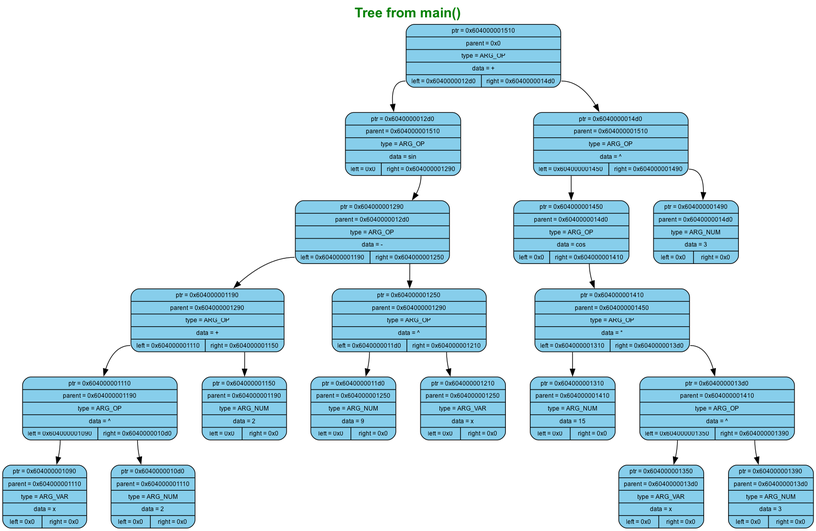
This is reports/trees/tree0/tree.dot.png from murugov/WolframSigma, a Graphviz export, as it was before one commit. Its source is kept beside it as reports/trees/tree0/tree.dot.
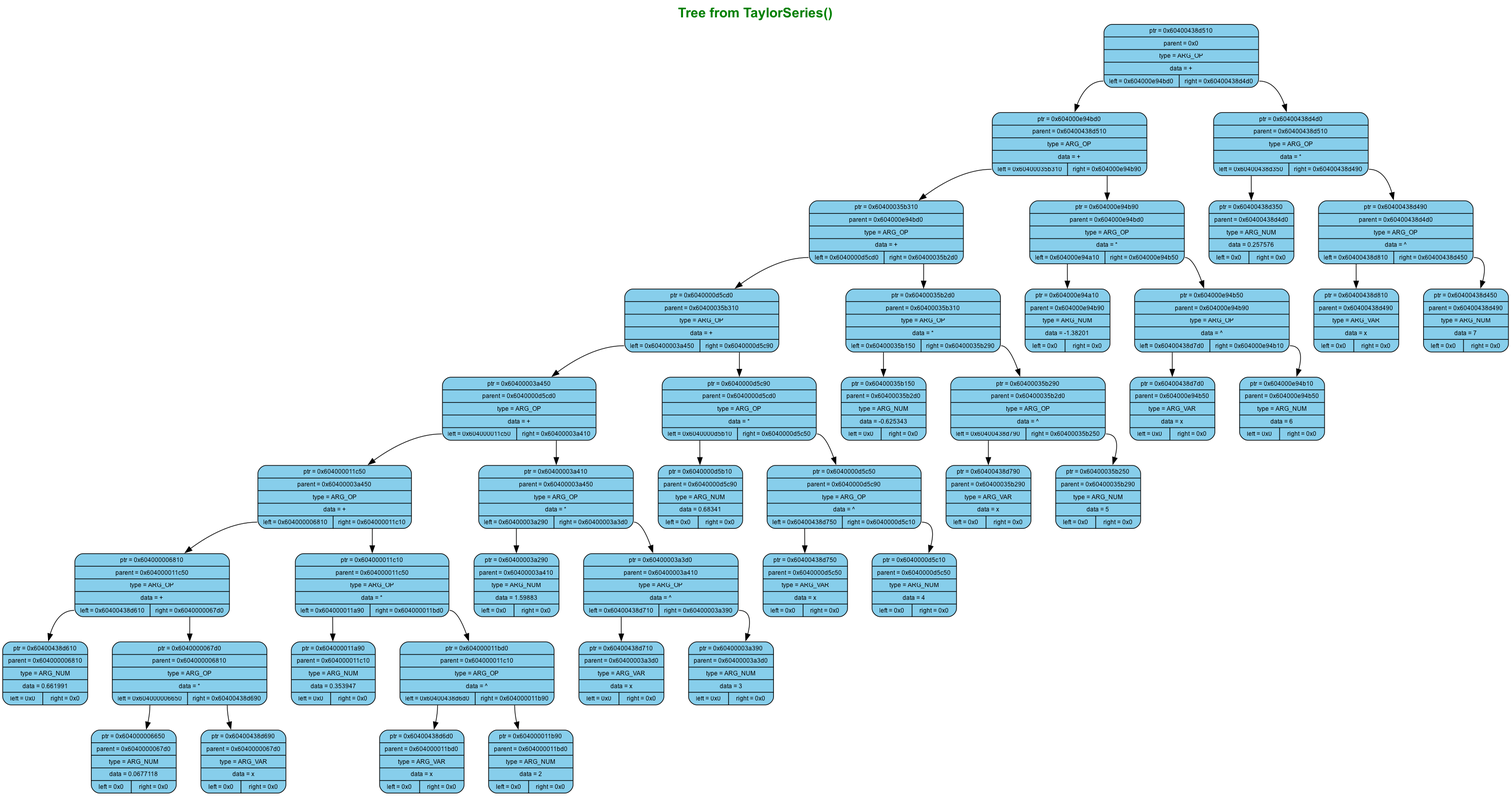
The same diagram one commit later.

Change to the diagram source:
```diff
@@ -1,5 +1,5 @@
 digraph G {
-	label=<<B>Tree from main()</B>>;
+	label=<<B>Tree from TaylorSeries()</B>>;
 	fontcolor="#008000";
 	fontname="Arial";
 	labelloc="top";
@@ -11,41 +11,85 @@
 	ranksep=0.5;
 	node[fontsize=9, shape=box, width=0.7, height=0.4, style="filled, rounded", fontname="Arial"];
 
-	n0 [shape=record, label="{ptr = 0x604000001510 | parent = 0x0 | type = ARG_OP | data = + | {<left> left = 0x6040000012d0 | <right> right = 0x6040000014d0}}", fillcolor="#87CEEB", color="black"]
-	n1 [shape=record, label="{ptr = 0x6040000012d0 | parent = 0x604000001510 | type = ARG_OP | data = sin | {<left> left = 0x0 | <right> right = 0x604000001290}}", fillcolor="#87CEEB", color="black"]
+	n0 [shape=record, label="{ptr = 0x60400438d510 | parent = 0x0 | type = ARG_OP | data = + | {<left> left = 0x604000e94bd0 | <right> right = 0x60400438d4d0}}", fillcolor="#87CEEB", color="black"]
+	n1 [shape=record, label="{ptr = 0x604000e94bd0 | parent = 0x60400438d510 | type = ARG_OP | data = + | {<left> left = 0x60400035b310 | <right> right = 0x604000e94b90}}", fillcolor="#87CEEB", color="black"]
 	n0:left -> n1
-	n2 [shape=record, label="{ptr = 0x6040000014d0 | parent = 0x604000001510 | type = ARG_OP | data = ^ | {<left> left = 0x604000001450 | <right> right = 0x604000001490}}", fillcolor="#87CEEB", color="black"]
+	n2 [shape=record, label="{ptr = 0x60400438d4d0 | parent = 0x60400438d510 | type = ARG_OP | data = * | {<left> left = 0x60400438d350 | <right> right = 0x60400438d490}}", fillcolor="#87CEEB", color="black"]
 	n0:right -> n2
-	n3 [shape=record, label="{ptr = 0x604000001450 | parent = 0x6040000014d0 | type = ARG_OP | data = cos | {<left> left = 0x0 | <right> right = 0x604000001410}}", fillcolor="#87CEEB", color="black"]
+	n3 [shape=record, label="{ptr = 0x60400438d350 | parent = 0x60400438d4d0 | type = ARG_NUM | data = 0.257576 | {<left> left = 0x0 | <right> right = 0x0}}", fillcolor="#87CEEB", color="black"]
 	n2:left -> n3
-	n4 [shape=record, label="{ptr = 0x604000001490 | parent = 0x6040000014d0 | type = ARG_NUM | data = 3 | {<left> left = 0x0 | <right> right = 0x0}}", fillcolor="#87CEEB", color="black"]
+	n4 [shape=record, label="{ptr = 0x60400438d490 | parent = 0x60400438d4d0 | type = ARG_OP | data = ^ | {<left> left = 0x60400438d810 | <right> right = 0x60400438d450}}", fillcolor="#87CEEB", color="black"]
 	n2:right -> n4
-	n5 [shape=record, label="{ptr = 0x604000001410 | parent = 0x604000001450 | type = ARG_OP | data = * | {<left> left = 0x604000001310 | <right> right = 0x6040000013d0}}", fillcolor="#87CEEB", color="black"]
-	n3:right -> n5
-	n6 [shape=record, label="{ptr = 0x604000001310 | parent = 0x604000001410 | type = ARG_NUM | data = 15 | {<left> left = 0x0 | <right> right = 0x0}}", fillcolor="#87CEEB", color="black"]
-	n5:left -> n6
-	n7 [shape=record, label="{ptr = 0x6040000013d0 | parent = 0x604000001410 | type = ARG_OP | data = ^ | {<left> left = 0x604000001350 | <right> right = 0x604000001390}}", fillcolor="#87CEEB", color="black"]
-	n5:right -> n7
-	n8 [shape=record, label="{ptr = 0x604000001350 | parent = 0x6040000013d0 | type = ARG_VAR | data = x | {<left> left = 0x0 | <right> right = 0x0}}", fillcolor="#87CEEB", color="black"]
-	n7:left -> n8
-	n9 [shape=record, label="{ptr = 0x604000001390 | parent = 0x6040000013d0 | type = ARG_NUM | data = 3 | {<left> left = 0x0 | <right> right = 0x0}}", fillcolor="#87CEEB", color="black"]
-	n7:right -> n9
-	n10 [shape=record, label="{ptr = 0x604000001290 | parent = 0x6040000012d0 | type = ARG_OP | data = - | {<left> left = 0x604000001190 | <right> right = 0x604000001250}}", fillcolor="#87CEEB", color="black"]
-	n1:right -> n10
-	n11 [shape=record, label="{ptr = 0x604000001190 | parent = 0x604000001290 | type = ARG_OP | data = + | {<left> left = 0x604000001110 | <right> right = 0x604000001150}}", fillcolor="#87CEEB", color="black"]
+	n5 [shape=record, label="{ptr = 0x60400438d810 | parent = 0x60400438d490 | type = ARG_VAR | data = x | {<left> left = 0x0 | <right> right = 0x0}}", fillcolor="#87CEEB", color="black"]
+	n4:left -> n5
+	n6 [shape=record, label="{ptr = 0x60400438d450 | parent = 0x60400438d490 | type = ARG_NUM | data = 7 | {<left> left = 0x0 | <right> right = 0x0}}", fillcolor="#87CEEB", color="black"]
+	n4:right -> n6
+	n7 [shape=record, label="{ptr = 0x60400035b310 | parent = 0x604000e94bd0 | type = ARG_OP | data = + | {<left> left = 0x6040000d5cd0 | <right> right = 0x60400035b2d0}}", fillcolor="#87CEEB", color="black"]
+	n1:left -> n7
+	n8 [shape=record, label="{ptr = 0x604000e94b90 | parent = 0x604000e94bd0 | type = ARG_OP | data = * | {<left> left = 0x604000e94a10 | <right> right = 0x604000e94b50}}", fillcolor="#87CEEB", color="black"]
+	n1:right -> n8
+	n9 [shape=record, label="{ptr = 0x604000e94a10 | parent = 0x604000e94b90 | type = ARG_NUM | data = -1.38201 | {<left> left = 0x0 | <right> right = 0x0}}", fillcolor="#87CEEB", color="black"]
+	n8:left -> n9
+	n10 [shape=record, label="{ptr = 0x604000e94b50 | parent = 0x604000e94b90 | type = ARG_OP | data = ^ | {<left> left = 0x60400438d7d0 | <right> right = 0x604000e94b10}}", fillcolor="#87CEEB", color="black"]
+	n8:right -> n10
+	n11 [shape=record, label="{ptr = 0x60400438d7d0 | parent = 0x604000e94b50 | type = ARG_VAR | data = x | {<left> left = 0x0 | <right> right = 0x0}}", fillcolor="#87CEEB", color="black"]
 	n10:left -> n11
-	n12 [shape=record, label="{ptr = 0x604000001250 | parent = 0x604000001290 | type = ARG_OP | data = ^ | {<left> left = 0x6040000011d0 | <right> right = 0x604000001210}}", fillcolor="#87CEEB", color="black"]
+	n12 [shape=record, label="{ptr = 0x604000e94b10 | parent = 0x604000e94b50 | type = ARG_NUM | data = 6 | {<left> left = 0x0 | <right> right = 0x0}}", fillcolor="#87CEEB", color="black"]
 	n10:right -> n12
-	n13 [shape=record, label="{ptr = 0x6040000011d0 | parent = 0x604000001250 | type = ARG_NUM | data = 9 | {<left> left = 0x0 | <right> right = 0x0}}", fillcolor="#87CEEB", color="black"]
-	n12:left -> n13
-	n14 [shape=record, label="{ptr = 0x604000001210 | parent = 0x604000001250 | type = ARG_VAR | data = x | {<left> left = 0x0 | <right> right = 0x0}}", fillcolor="#87CEEB", color="black"]
-	n12:right -> n14
-	n15 [shape=record, label="{ptr = 0x604000001110 | parent = 0x604000001190 | type = ARG_OP | data = ^ | {<left> left = 0x604000001090 | <right> right = 0x6040000010d0}}", fillcolor="#87CEEB", color="black"]
-	n11:left -> n15
-	n16 [shape=record, label="{ptr = 0x604000001150 | parent = 0x604000001190 | type = ARG_NUM | data = 2 | {<left> left = 0x0 | <right> right = 0x0}}", fillcolor="#87CEEB", color="black"]
-	n11:right -> n16
-	n17 [shape=record, label="{ptr = 0x604000001090 | parent = 0x604000001110 | type = ARG_VAR | data = x | {<left> left = 0x0 | <right> right = 0x0}}", fillcolor="#87CEEB", color="black"]
-	n15:left -> n17
-	n18 [shape=record, label="{ptr = 0x6040000010d0 | parent = 0x604000001110 | type = ARG_NUM | data = 2 | {<left> left = 0x0 | <right> right = 0x0}}", fillcolor="#87CEEB", color="black"]
-	n15:right -> n18
+	n13 [shape=record, label="{ptr = 0x6040000d5cd0 | parent = 0x60400035b310 | type = ARG_OP | data = + | {<left> left = 0x60400003a450 | <right> right = 0x6040000d5c90}}", fillcolor="#87CEEB", color="black"]
+	n7:left -> n13
+	n14 [shape=record, label="{ptr = 0x60400035b2d0 | parent = 0x60400035b310 | type = ARG_OP | data = * | {<left> left = 0x60400035b150 | <right> right = 0x60400035b290}}", fillcolor="#87CEEB", color="black"]
+	n7:right -> n14
+	n15 [shape=record, label="{ptr = 0x60400035b150 | parent = 0x60400035b2d0 | type = ARG_NUM | data = -0.625343 | {<left> left = 0x0 | <right> right = 0x0}}", fillcolor="#87CEEB", color="black"]
+	n14:left -> n15
+	n16 [shape=record, label="{ptr = 0x60400035b290 | parent = 0x60400035b2d0 | type = ARG_OP | data = ^ | {<left> left = 0x60400438d790 | <right> right = 0x60400035b250}}", fillcolor="#87CEEB", color="black"]
+	n14:right -> n16
+	n17 [shape=record, label="{ptr = 0x60400438d790 | parent = 0x60400035b290 | type = ARG_VAR | data = x | {<left> left = 0x0 | <right> right = 0x0}}", fillcolor="#87CEEB", color="black"]
+	n16:left -> n17
+	n18 [shape=record, label="{ptr = 0x60400035b250 | parent = 0x60400035b290 | type = ARG_NUM | data = 5 | {<left> left = 0x0 | <right> right = 0x0}}", fillcolor="#87CEEB", color="black"]
+	n16:right -> n18
+	n19 [shape=record, label="{ptr = 0x60400003a450 | parent = 0x6040000d5cd0 | type = ARG_OP | data = + | {<left> left = 0x604000011c50 | <right> right = 0x60400003a410}}", fillcolor="#87CEEB", color="black"]
+	n13:left -> n19
+	n20 [shape=record, label="{ptr = 0x6040000d5c90 | parent = 0x6040000d5cd0 | type = ARG_OP | data = * | {<left> left = 0x6040000d5b10 | <right> right = 0x6040000d5c50}}", fillcolor="#87CEEB", color="black"]
+	n13:right -> n20
+	n21 [shape=record, label="{ptr = 0x6040000d5b10 | parent = 0x6040000d5c90 | type = ARG_NUM | data = 0.68341 | {<left> left = 0x0 | <right> right = 0x0}}", fillcolor="#87CEEB", color="black"]
+	n20:left -> n21
+	n22 [shape=record, label="{ptr = 0x6040000d5c50 | parent = 0x6040000d5c90 | type = ARG_OP | data = ^ | {<left> left = 0x60400438d750 | <right> right = 0x6040000d5c10}}", fillcolor="#87CEEB", color="black"]
+	n20:right -> n22
+	n23 [shape=record, label="{ptr = 0x60400438d750 | parent = 0x6040000d5c50 | type = ARG_VAR | data = x | {<left> left = 0x0 | <right> right = 0x0}}", fillcolor="#87CEEB", color="black"]
+	n22:left -> n23
+	n24 [shape=record, label="{ptr = 0x6040000d5c10 | parent = 0x6040000d5c50 | type = ARG_NUM | data = 4 | {<left> left = 0x0 | <right> right = 0x0}}", fillcolor="#87CEEB", color="black"]
+	n22:right -> n24
+	n25 [shape=record, label="{ptr = 0x604000011c50 | parent = 0x60400003a450 | type = ARG_OP | data = + | {<left> left = 0x604000006810 | <right> right = 0x604000011c10}}", fillcolor="#87CEEB", color="black"]
+	n19:left -> n25
+	n26 [shape=record, label="{ptr = 0x60400003a410 | parent = 0x60400003a450 | type = ARG_OP | data = * | {<left> left = 0x60400003a290 | <right> right = 0x60400003a3d0}}", fillcolor="#87CEEB", color="black"]
+	n19:right -> n26
+	n27 [shape=record, label="{ptr = 0x60400003a290 | parent = 0x60400003a410 | type = ARG_NUM | data = 1.59883 | {<left> left = 0x0 | <right> right = 0x0}}", fillcolor="#87CEEB", color="black"]
+	n26:left -> n27
+	n28 [shape=record, label="{ptr = 0x60400003a3d0 | parent = 0x60400003a410 | type = ARG_OP | data = ^ | {<left> left = 0x60400438d710 | <right> right = 0x60400003a390}}", fillcolor="#87CEEB", color="black"]
+	n26:right -> n28
+	n29 [shape=record, label="{ptr = 0x60400438d710 | parent = 0x60400003a3d0 | type = ARG_VAR | data = x | {<left> left = 0x0 | <right> right = 0x0}}", fillcolor="#87CEEB", color="black"]
+	n28:left -> n29
+	n30 [shape=record, label="{ptr = 0x60400003a390 | parent = 0x60400003a3d0 | type = ARG_NUM | data = 3 | {<left> left = 0x0 | <right> right = 0x0}}", fillcolor="#87CEEB", color="black"]
+	n28:right -> n30
+	n31 [shape=record, label="{ptr = 0x604000006810 | parent = 0x604000011c50 | type = ARG_OP | data = + | {<left> left = 0x60400438d610 | <right> right = 0x6040000067d0}}", fillcolor="#87CEEB", color="black"]
+	n25:left -> n31
+	n32 [shape=record, label="{ptr = 0x604000011c10 | parent = 0x604000011c50 | type = ARG_OP | data = * | {<left> left = 0x604000011a90 | <right> right = 0x604000011bd0}}", fillcolor="#87CEEB", color="black"]
+	n25:right -> n32
+	n33 [shape=record, label="{ptr = 0x604000011a90 | parent = 0x604000011c10 | type = ARG_NUM | data = 0.353947 | {<left> left = 0x0 | <right> right = 0x0}}", fillcolor="#87CEEB", color="black"]
+	n32:left -> n33
+	n34 [shape=record, label="{ptr = 0x604000011bd0 | parent = 0x604000011c10 | type = ARG_OP | data = ^ | {<left> left = 0x60400438d6d0 | <right> right = 0x604000011b90}}", fillcolor="#87CEEB", color="black"]
+	n32:right -> n34
+	n35 [shape=record, label="{ptr = 0x60400438d6d0 | parent = 0x604000011bd0 | type = ARG_VAR | data = x | {<left> left = 0x0 | <right> right = 0x0}}", fillcolor="#87CEEB", color="black"]
+	n34:left -> n35
+	n36 [shape=record, label="{ptr = 0x604000011b90 | parent = 0x604000011bd0 | type = ARG_NUM | data = 2 | {<left> left = 0x0 | <right> right = 0x0}}", fillcolor="#87CEEB", color="black"]
+	n34:right -> n36
+	n37 [shape=record, label="{ptr = 0x60400438d610 | parent = 0x604000006810 | type = ARG_NUM | data = 0.661991 | {<left> left = 0x0 | <right> right = 0x0}}", fillcolor="#87CEEB", color="black"]
+	n31:left -> n37
+	n38 [shape=record, label="{ptr = 0x6040000067d0 | parent = 0x604000006810 | type = ARG_OP | data = * | {<left> left = 0x604000006650 | <right> right = 0x60400438d690}}", fillcolor="#87CEEB", color="black"]
+	n31:right -> n38
+	n39 [shape=record, label="{ptr = 0x604000006650 | parent = 0x6040000067d0 | type = ARG_NUM | data = 0.0677118 | {<left> left = 0x0 | <right> right = 0x0}}", fillcolor="#87CEEB", color="black"]
+	n38:left -> n39
+	n40 [shape=record, label="{ptr = 0x60400438d690 | parent = 0x6040000067d0 | type = ARG_VAR | data = x | {<left> left = 0x0 | <right> right = 0x0}}", fillcolor="#87CEEB", color="black"]
+	n38:right -> n40
 }
```
